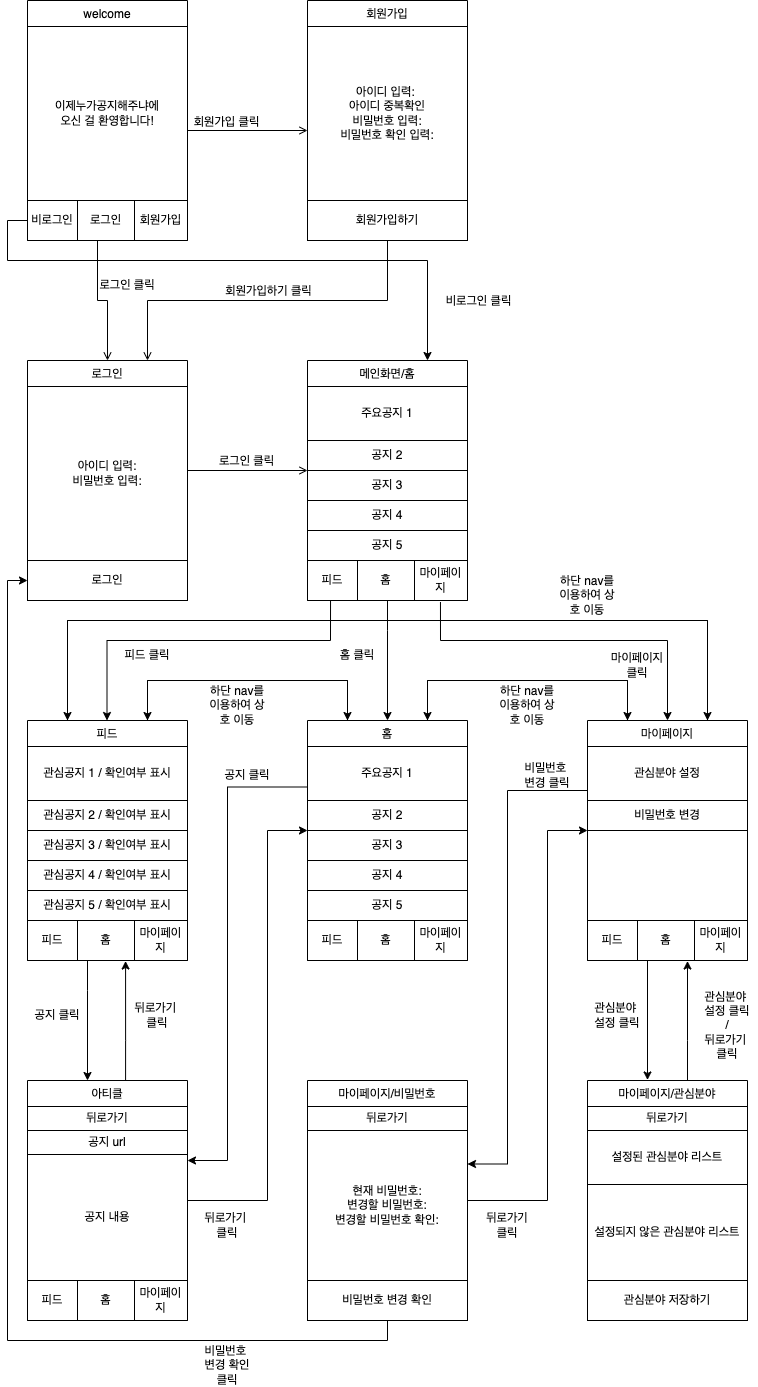
Above: Diagram.drawio.png in BlazingDevs/2NuGong (draw.io), before the change. Source tidied: cells renumbered, new cells last; positions are measured from the earlier drawing's top-left corner, leaving out a move shared by most shapes.
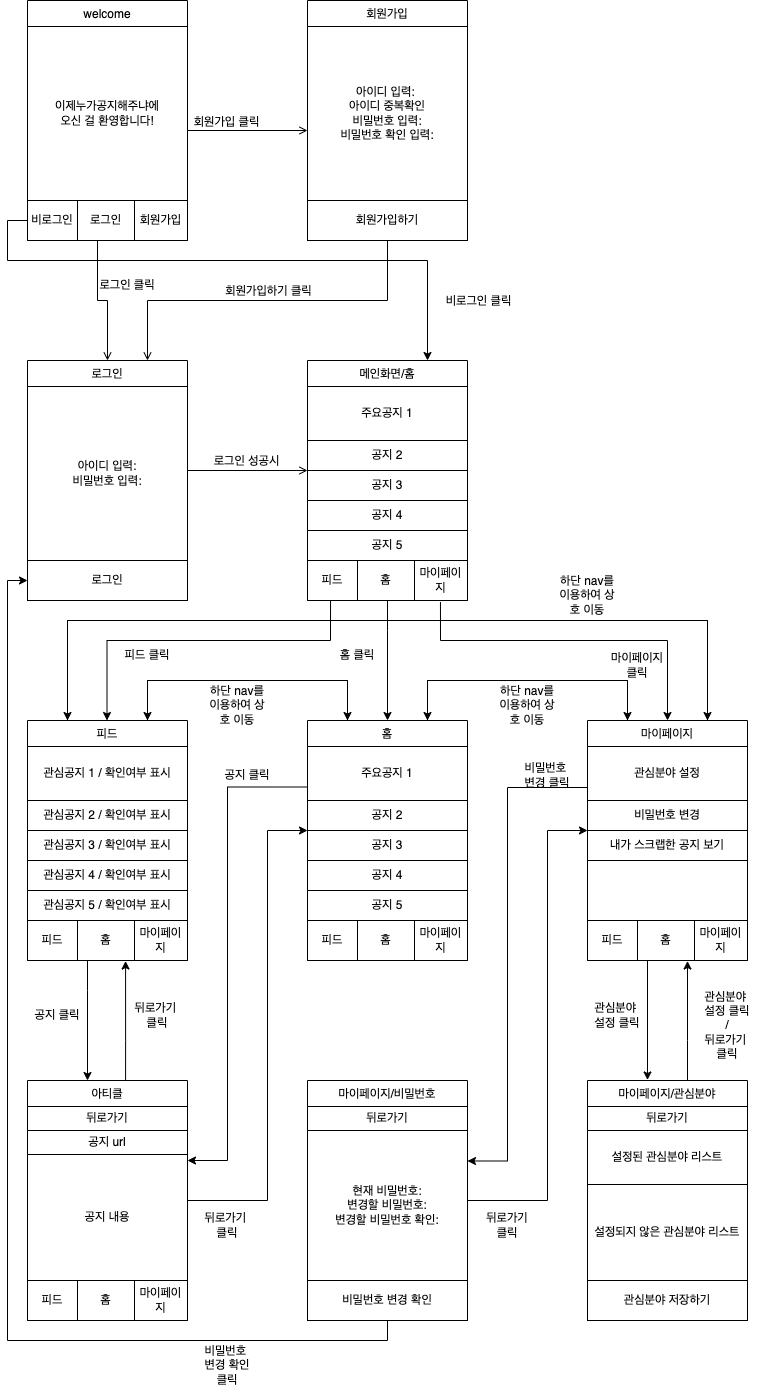
After the commit.

Diff of the diagram source:
```diff
@@ -149,7 +149,7 @@
         <mxPoint y="4" as="offset" />
       </mxGeometry>
     </mxCell>
-    <mxCell id="40" value="로그인 클릭" style="text;html=1;align=center;verticalAlign=middle;labelBackgroundColor=none;rounded=0;shadow=0;strokeWidth=1;fontSize=12;" parent="1" vertex="1">
+    <mxCell id="40" value="로그인 성공시" style="text;html=1;align=center;verticalAlign=middle;labelBackgroundColor=none;rounded=0;shadow=0;strokeWidth=1;fontSize=12;" parent="1" vertex="1">
       <mxGeometry x="240" y="460" as="geometry">
         <mxPoint x="-2" as="offset" />
       </mxGeometry>
@@ -229,8 +229,11 @@
     <mxCell id="65" value="비밀번호 변경" style="rounded=0;whiteSpace=wrap;html=1;labelBackgroundColor=none;fillColor=none;" parent="63" vertex="1">
       <mxGeometry y="80" width="160" height="30" as="geometry" />
     </mxCell>
+    <mxCell id="123" value="내가 스크랩한 공지 보기" style="rounded=0;whiteSpace=wrap;html=1;labelBackgroundColor=none;fillColor=none;" parent="63" vertex="1">
+      <mxGeometry y="110" width="160" height="30" as="geometry" />
+    </mxCell>
     <mxCell id="66" style="rounded=0;whiteSpace=wrap;html=1;labelBackgroundColor=none;fillColor=none;" parent="63" vertex="1">
-      <mxGeometry y="110" width="160" height="90" as="geometry" />
+      <mxGeometry y="140" width="160" height="60" as="geometry" />
     </mxCell>
     <mxCell id="67" style="shape=table;html=1;whiteSpace=wrap;startSize=0;rounded=1;labelBackgroundColor=none;fillColor=none;" parent="63" vertex="1">
       <mxGeometry y="200" width="160" height="40" as="geometry" />
@@ -362,6 +365,16 @@
     <mxCell id="96" value="뒤로가기" style="rounded=0;whiteSpace=wrap;html=1;labelBackgroundColor=none;fillColor=none;" parent="95" vertex="1">
       <mxGeometry y="26" width="160" height="24" as="geometry" />
     </mxCell>
+    <mxCell id="113" style="edgeStyle=orthogonalEdgeStyle;rounded=0;orthogonalLoop=1;jettySize=auto;html=1;exitX=0;exitY=0.75;exitDx=0;exitDy=0;" parent="95" edge="1">
+      <mxGeometry relative="1" as="geometry">
+        <mxPoint x="280" y="-293" as="sourcePoint" />
+        <mxPoint x="160" y="80.5" as="targetPoint" />
+        <Array as="points">
+          <mxPoint x="200" y="-292.5" />
+          <mxPoint x="200" y="80.5" />
+        </Array>
+      </mxGeometry>
+    </mxCell>
     <mxCell id="97" value="현재 비밀번호:&lt;br&gt;변경할 비밀번호:&lt;br&gt;변경할 비밀번호 확인:" style="rounded=0;whiteSpace=wrap;html=1;labelBackgroundColor=none;fillColor=none;" parent="95" vertex="1">
       <mxGeometry y="50" width="160" height="150" as="geometry" />
     </mxCell>
@@ -453,16 +466,6 @@
     <mxCell id="112" value="하단 nav를 이용하여 상호 이동" style="text;html=1;strokeColor=none;fillColor=none;align=center;verticalAlign=middle;whiteSpace=wrap;rounded=0;labelBackgroundColor=none;" parent="1" vertex="1">
       <mxGeometry x="550" y="580" width="60" height="30" as="geometry" />
     </mxCell>
-    <mxCell id="113" style="edgeStyle=orthogonalEdgeStyle;rounded=0;orthogonalLoop=1;jettySize=auto;html=1;exitX=0;exitY=0.75;exitDx=0;exitDy=0;" parent="1" edge="1">
-      <mxGeometry relative="1" as="geometry">
-        <mxPoint x="580" y="790" as="sourcePoint" />
-        <mxPoint x="460" y="1163.5" as="targetPoint" />
-        <Array as="points">
-          <mxPoint x="500" y="790.5" />
-          <mxPoint x="500" y="1163.5" />
-        </Array>
-      </mxGeometry>
-    </mxCell>
     <mxCell id="114" style="edgeStyle=orthogonalEdgeStyle;rounded=0;orthogonalLoop=1;jettySize=auto;html=1;entryX=0;entryY=1;entryDx=0;entryDy=0;exitX=1;exitY=0.25;exitDx=0;exitDy=0;" parent="1" edge="1">
       <mxGeometry relative="1" as="geometry">
         <mxPoint x="460" y="1185.5" as="sourcePoint" />
```
